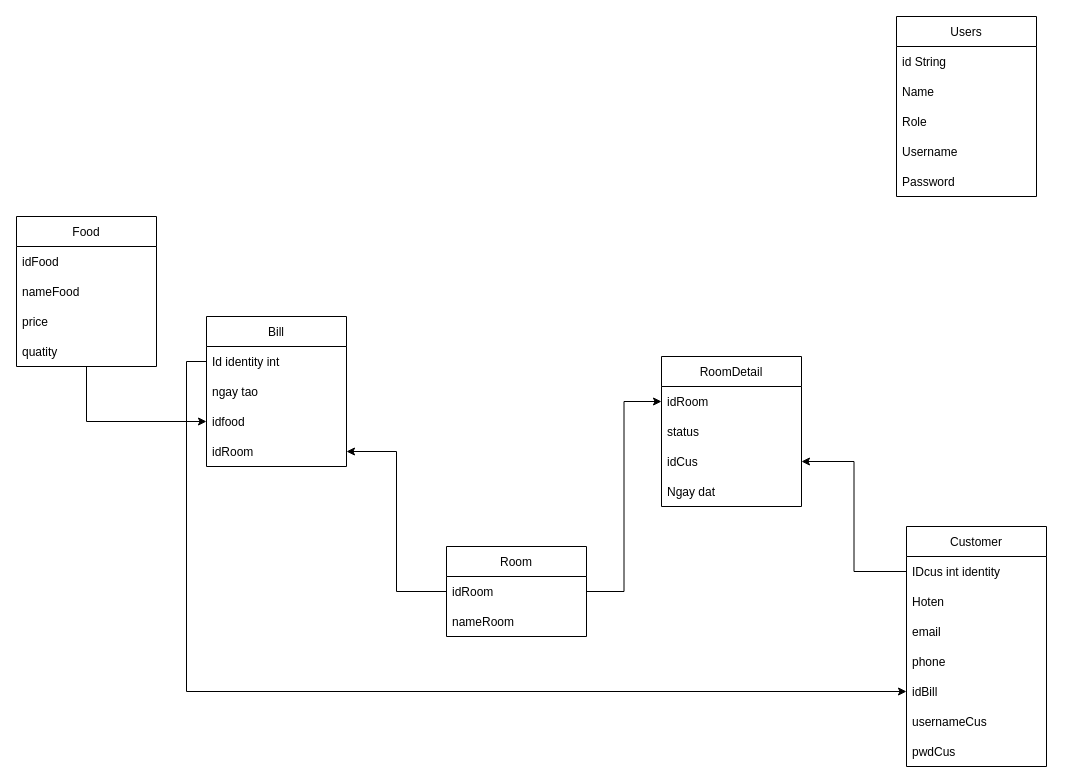
Above: Diagram.drawio in tranvancu185/karaokeweb (draw.io), before the change. Source tidied: cells renumbered, new cells numbered last; positions are measured from the earlier drawing's top-left corner, leaving out a move shared by most shapes. Both pictures are drawn from the tidied source at 100%, with x=0, y=0 at pixel (16, 16).
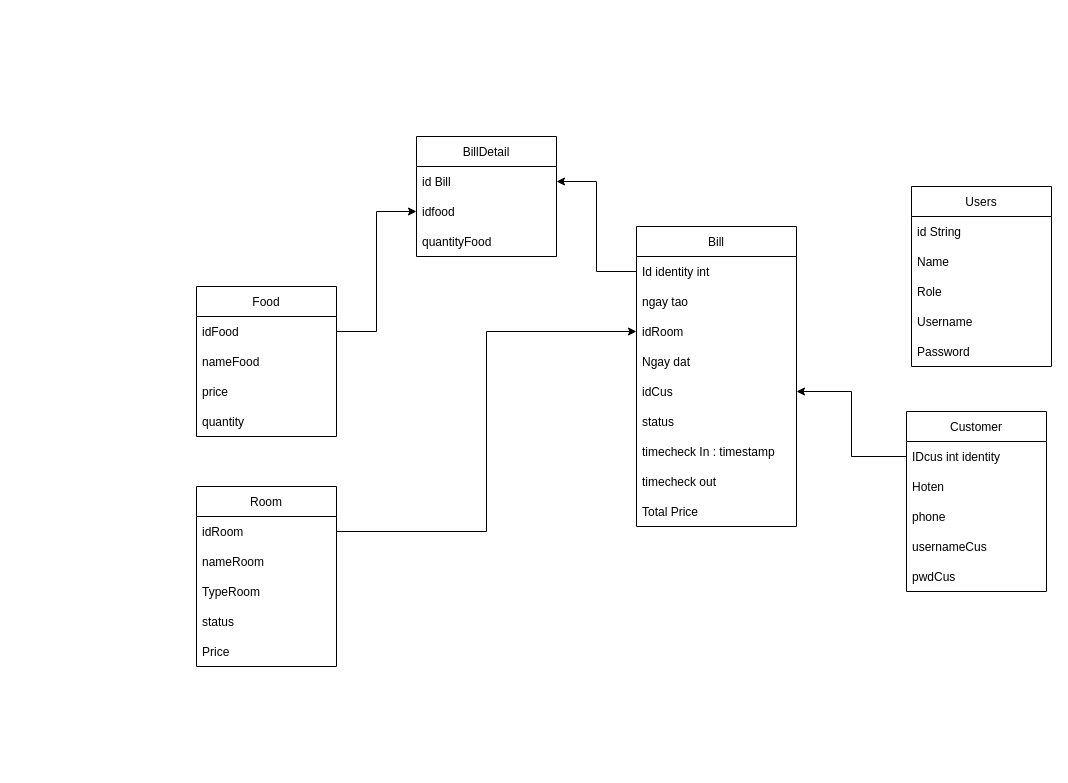
Above is the later version.

Unchanged cells that the change refers to:
```xml
<mxCell id="4" value="IDcus int identity" style="text;strokeColor=none;fillColor=none;align=left;verticalAlign=middle;spacingLeft=4;spacingRight=4;overflow=hidden;points=[[0,0.5],[1,0.5]];portConstraint=eastwest;" parent="3" vertex="1">
  <mxGeometry y="30" width="140" height="30" as="geometry" />
</mxCell>
<mxCell id="19" value="idRoom" style="text;strokeColor=none;fillColor=none;align=left;verticalAlign=middle;spacingLeft=4;spacingRight=4;overflow=hidden;points=[[0,0.5],[1,0.5]];portConstraint=eastwest;" parent="18" vertex="1">
  <mxGeometry y="30" width="140" height="30" as="geometry" />
</mxCell>
<mxCell id="23" value="idFood" style="text;strokeColor=none;fillColor=none;align=left;verticalAlign=middle;spacingLeft=4;spacingRight=4;overflow=hidden;points=[[0,0.5],[1,0.5]];portConstraint=eastwest;" parent="22" vertex="1">
  <mxGeometry y="30" width="140" height="30" as="geometry" />
</mxCell>
```

What changed in the source:
```diff
@@
-    <mxCell id="2" style="edgeStyle=orthogonalEdgeStyle;rounded=0;jettySize=auto;html=1;entryX=1;entryY=0.5;entryDx=0;entryDy=0;exitX=0;exitY=0.5;exitDx=0;exitDy=0;" parent="1" edge="1" source="4" target="35">
-      <mxGeometry relative="1" as="geometry" />
-    </mxCell>
     <mxCell id="3" value="Customer" style="swimlane;fontStyle=0;horizontal=1;startSize=30;" parent="1" vertex="1">
-      <mxGeometry x="890" y="510" width="140" height="240" as="geometry" />
+      <mxGeometry x="890" y="395" width="140" height="180" as="geometry" />
     </mxCell>
@@
-    <mxCell id="6" value="email" style="text;strokeColor=none;fillColor=none;align=left;verticalAlign=middle;spacingLeft=4;spacingRight=4;overflow=hidden;" parent="3" vertex="1">
-      <mxGeometry y="90" width="140" height="30" as="geometry" />
-    </mxCell>
     <mxCell id="7" value="phone" style="text;strokeColor=none;fillColor=none;align=left;verticalAlign=middle;spacingLeft=4;spacingRight=4;overflow=hidden;" parent="3" vertex="1">
-      <mxGeometry y="120" width="140" height="30" as="geometry" />
+      <mxGeometry y="90" width="140" height="30" as="geometry" />
     </mxCell>
-    <mxCell id="8" value="idBill" style="text;strokeColor=none;fillColor=none;align=left;verticalAlign=middle;spacingLeft=4;spacingRight=4;overflow=hidden;points=[[0,0.5],[1,0.5]];portConstraint=eastwest;" parent="3" vertex="1">
-      <mxGeometry y="150" width="140" height="30" as="geometry" />
-    </mxCell>
     <mxCell id="9" value="usernameCus" style="text;strokeColor=none;fillColor=none;align=left;verticalAlign=middle;spacingLeft=4;spacingRight=4;overflow=hidden;" parent="3" vertex="1">
-      <mxGeometry y="180" width="140" height="30" as="geometry" />
+      <mxGeometry y="120" width="140" height="30" as="geometry" />
     </mxCell>
     <mxCell id="10" value="pwdCus" style="text;strokeColor=none;fillColor=none;align=left;verticalAlign=middle;spacingLeft=4;spacingRight=4;overflow=hidden;" parent="3" vertex="1">
-      <mxGeometry y="210" width="140" height="30" as="geometry" />
+      <mxGeometry y="150" width="140" height="30" as="geometry" />
     </mxCell>
     <mxCell id="11" value="Users" style="swimlane;fontStyle=0;horizontal=1;startSize=30;" parent="1" vertex="1">
-      <mxGeometry x="880" width="140" height="180" as="geometry" />
+      <mxGeometry x="895" y="170" width="140" height="180" as="geometry" />
     </mxCell>
@@
-    <mxCell id="17" style="edgeStyle=orthogonalEdgeStyle;rounded=0;jettySize=auto;html=1;exitX=1;exitY=0.5;exitDx=0;exitDy=0;" parent="1" edge="1" source="19" target="33">
-      <mxGeometry relative="1" as="geometry" />
-    </mxCell>
     <mxCell id="18" value="Room" style="swimlane;fontStyle=0;horizontal=1;startSize=30;" parent="1" vertex="1">
-      <mxGeometry x="430" y="530" width="140" height="90" as="geometry" />
+      <mxGeometry x="180" y="470" width="140" height="180" as="geometry" />
     </mxCell>
@@
-    <mxCell id="21" style="edgeStyle=orthogonalEdgeStyle;rounded=0;jettySize=auto;html=1;entryX=0;entryY=0.5;entryDx=0;entryDy=0;" parent="1" edge="1" source="22" target="30">
-      <mxGeometry relative="1" as="geometry" />
-    </mxCell>
+    <mxCell id="39" value="TypeRoom" style="text;strokeColor=none;fillColor=none;align=left;verticalAlign=middle;spacingLeft=4;spacingRight=4;overflow=hidden;" parent="18" vertex="1">
+      <mxGeometry y="90" width="140" height="30" as="geometry" />
+    </mxCell>
+    <mxCell id="40" value="status" style="text;strokeColor=none;fillColor=none;align=left;verticalAlign=middle;spacingLeft=4;spacingRight=4;overflow=hidden;" parent="18" vertex="1">
+      <mxGeometry y="120" width="140" height="30" as="geometry" />
+    </mxCell>
+    <mxCell id="41" value="Price" style="text;strokeColor=none;fillColor=none;align=left;verticalAlign=middle;spacingLeft=4;spacingRight=4;overflow=hidden;" parent="18" vertex="1">
+      <mxGeometry y="150" width="140" height="30" as="geometry" />
+    </mxCell>
     <mxCell id="22" value="Food" style="swimlane;fontStyle=0;horizontal=1;startSize=30;" parent="1" vertex="1">
-      <mxGeometry y="200" width="140" height="150" as="geometry" />
+      <mxGeometry x="180" y="270" width="140" height="150" as="geometry" />
     </mxCell>
@@
-    <mxCell id="26" value="quatity" style="text;strokeColor=none;fillColor=none;align=left;verticalAlign=middle;spacingLeft=4;spacingRight=4;overflow=hidden;" parent="22" vertex="1">
+    <mxCell id="26" value="quantity" style="text;strokeColor=none;fillColor=none;align=left;verticalAlign=middle;spacingLeft=4;spacingRight=4;overflow=hidden;" parent="22" vertex="1">
       <mxGeometry y="120" width="140" height="30" as="geometry" />
     </mxCell>
     <mxCell id="27" value="Bill" style="swimlane;fontStyle=0;horizontal=1;startSize=30;" parent="1" vertex="1">
-      <mxGeometry x="190" y="300" width="140" height="150" as="geometry" />
+      <mxGeometry x="620" y="210" width="160" height="300" as="geometry" />
     </mxCell>
     <mxCell id="28" value="Id identity int" style="text;strokeColor=none;fillColor=none;align=left;verticalAlign=middle;spacingLeft=4;spacingRight=4;overflow=hidden;points=[[0,0.5],[1,0.5]];portConstraint=eastwest;" parent="27" vertex="1">
-      <mxGeometry y="30" width="140" height="30" as="geometry" />
+      <mxGeometry y="30" width="160" height="30" as="geometry" />
     </mxCell>
     <mxCell id="29" value="ngay tao" style="text;strokeColor=none;fillColor=none;align=left;verticalAlign=middle;spacingLeft=4;spacingRight=4;overflow=hidden;" parent="27" vertex="1">
-      <mxGeometry y="60" width="140" height="30" as="geometry" />
+      <mxGeometry y="60" width="160" height="30" as="geometry" />
     </mxCell>
+    <mxCell id="33" value="idRoom" style="text;strokeColor=none;fillColor=none;align=left;verticalAlign=middle;spacingLeft=4;spacingRight=4;overflow=hidden;points=[[0,0.5],[1,0.5]];portConstraint=eastwest;" parent="27" vertex="1">
+      <mxGeometry y="90" width="160" height="30" as="geometry" />
+    </mxCell>
+    <mxCell id="36" value="Ngay dat" style="text;strokeColor=none;fillColor=none;align=left;verticalAlign=middle;spacingLeft=4;spacingRight=4;overflow=hidden;" parent="27" vertex="1">
+      <mxGeometry y="120" width="160" height="30" as="geometry" />
+    </mxCell>
+    <mxCell id="35" value="idCus" style="text;strokeColor=none;fillColor=none;align=left;verticalAlign=middle;spacingLeft=4;spacingRight=4;overflow=hidden;points=[[0,0.5],[1,0.5]];portConstraint=eastwest;" parent="27" vertex="1">
+      <mxGeometry y="150" width="160" height="30" as="geometry" />
+    </mxCell>
+    <mxCell id="42" value="status" style="text;strokeColor=none;fillColor=none;align=left;verticalAlign=middle;spacingLeft=4;spacingRight=4;overflow=hidden;" parent="27" vertex="1">
+      <mxGeometry y="180" width="160" height="30" as="geometry" />
+    </mxCell>
+    <mxCell id="43" value="timecheck In : timestamp" style="text;strokeColor=none;fillColor=none;align=left;verticalAlign=middle;spacingLeft=4;spacingRight=4;overflow=hidden;" parent="27" vertex="1">
+      <mxGeometry y="210" width="160" height="30" as="geometry" />
+    </mxCell>
+    <mxCell id="44" value="timecheck out" style="text;strokeColor=none;fillColor=none;align=left;verticalAlign=middle;spacingLeft=4;spacingRight=4;overflow=hidden;" parent="27" vertex="1">
+      <mxGeometry y="240" width="160" height="30" as="geometry" />
+    </mxCell>
+    <mxCell id="31" value="Total Price" style="text;strokeColor=none;fillColor=none;align=left;verticalAlign=middle;spacingLeft=4;spacingRight=4;overflow=hidden;points=[[0,0.5],[1,0.5]];portConstraint=eastwest;" parent="27" vertex="1">
+      <mxGeometry y="270" width="160" height="30" as="geometry" />
+    </mxCell>
+    <mxCell id="37" style="edgeStyle=orthogonalEdgeStyle;rounded=0;jettySize=auto;html=1;entryX=0;entryY=0.5;entryDx=0;entryDy=0;" parent="1" edge="1" source="19" target="33">
+      <mxGeometry relative="1" as="geometry" />
+    </mxCell>
+    <mxCell id="2" style="edgeStyle=orthogonalEdgeStyle;rounded=0;jettySize=auto;html=1;entryX=1;entryY=0.5;entryDx=0;entryDy=0;" parent="1" edge="1" source="4" target="35">
+      <mxGeometry relative="1" as="geometry" />
+    </mxCell>
+    <mxCell id="45" value="BillDetail" style="swimlane;fontStyle=0;horizontal=1;startSize=30;" parent="1" vertex="1">
+      <mxGeometry x="400" y="120" width="140" height="120" as="geometry" />
+    </mxCell>
+    <mxCell id="46" value="id Bill" style="text;strokeColor=none;fillColor=none;align=left;verticalAlign=middle;spacingLeft=4;spacingRight=4;overflow=hidden;points=[[0,0.5],[1,0.5]];portConstraint=eastwest;" parent="45" vertex="1">
+      <mxGeometry y="30" width="140" height="30" as="geometry" />
+    </mxCell>
-    <mxCell id="30" value="idfood" style="text;strokeColor=none;fillColor=none;align=left;verticalAlign=middle;spacingLeft=4;spacingRight=4;overflow=hidden;points=[[0,0.5],[1,0.5]];portConstraint=eastwest;" parent="27" vertex="1">
-      <mxGeometry y="90" width="140" height="30" as="geometry" />
+    <mxCell id="30" value="idfood" style="text;strokeColor=none;fillColor=none;align=left;verticalAlign=middle;spacingLeft=4;spacingRight=4;overflow=hidden;points=[[0,0.5],[1,0.5]];portConstraint=eastwest;" parent="45" vertex="1">
+      <mxGeometry y="60" width="140" height="30" as="geometry" />
     </mxCell>
-    <mxCell id="31" value="idRoom" style="text;strokeColor=none;fillColor=none;align=left;verticalAlign=middle;spacingLeft=4;spacingRight=4;overflow=hidden;points=[[0,0.5],[1,0.5]];portConstraint=eastwest;" parent="27" vertex="1">
-      <mxGeometry y="120" width="140" height="30" as="geometry" />
-    </mxCell>
-    <mxCell id="32" value="RoomDetail" style="swimlane;fontStyle=0;horizontal=1;startSize=30;" parent="1" vertex="1">
-      <mxGeometry x="645" y="340" width="140" height="150" as="geometry" />
-    </mxCell>
-    <mxCell id="33" value="idRoom" style="text;strokeColor=none;fillColor=none;align=left;verticalAlign=middle;spacingLeft=4;spacingRight=4;overflow=hidden;points=[[0,0.5],[1,0.5]];portConstraint=eastwest;" parent="32" vertex="1">
-      <mxGeometry y="30" width="140" height="30" as="geometry" />
-    </mxCell>
-    <mxCell id="34" value="status" style="text;strokeColor=none;fillColor=none;align=left;verticalAlign=middle;spacingLeft=4;spacingRight=4;overflow=hidden;" parent="32" vertex="1">
-      <mxGeometry y="60" width="140" height="30" as="geometry" />
-    </mxCell>
-    <mxCell id="35" value="idCus" style="text;strokeColor=none;fillColor=none;align=left;verticalAlign=middle;spacingLeft=4;spacingRight=4;overflow=hidden;points=[[0,0.5],[1,0.5]];portConstraint=eastwest;" parent="32" vertex="1">
-      <mxGeometry y="90" width="140" height="30" as="geometry" />
-    </mxCell>
-    <mxCell id="36" value="Ngay dat" style="text;strokeColor=none;fillColor=none;align=left;verticalAlign=middle;spacingLeft=4;spacingRight=4;overflow=hidden;" parent="32" vertex="1">
-      <mxGeometry y="120" width="140" height="30" as="geometry" />
-    </mxCell>
-    <mxCell id="37" style="edgeStyle=orthogonalEdgeStyle;rounded=0;jettySize=auto;html=1;" parent="1" edge="1" source="19" target="31">
-      <mxGeometry relative="1" as="geometry" />
-    </mxCell>
-    <mxCell id="38" style="edgeStyle=orthogonalEdgeStyle;rounded=0;jettySize=auto;html=1;entryX=0;entryY=0.5;entryDx=0;entryDy=0;exitX=0;exitY=0.5;exitDx=0;exitDy=0;" parent="1" edge="1" source="28" target="8">
-      <mxGeometry relative="1" as="geometry" />
-    </mxCell>
+    <mxCell id="47" value="quantityFood" style="text;strokeColor=none;fillColor=none;align=left;verticalAlign=middle;spacingLeft=4;spacingRight=4;overflow=hidden;" parent="45" vertex="1">
+      <mxGeometry y="90" width="140" height="30" as="geometry" />
+    </mxCell>
+    <mxCell id="48" style="edgeStyle=orthogonalEdgeStyle;rounded=0;jettySize=auto;html=1;" parent="1" edge="1" source="23" target="30">
+      <mxGeometry relative="1" as="geometry" />
+    </mxCell>
+    <mxCell id="49" style="edgeStyle=orthogonalEdgeStyle;rounded=0;jettySize=auto;html=1;entryX=1;entryY=0.5;entryDx=0;entryDy=0;" parent="1" edge="1" source="28" target="46">
+      <mxGeometry relative="1" as="geometry" />
+    </mxCell>
```
